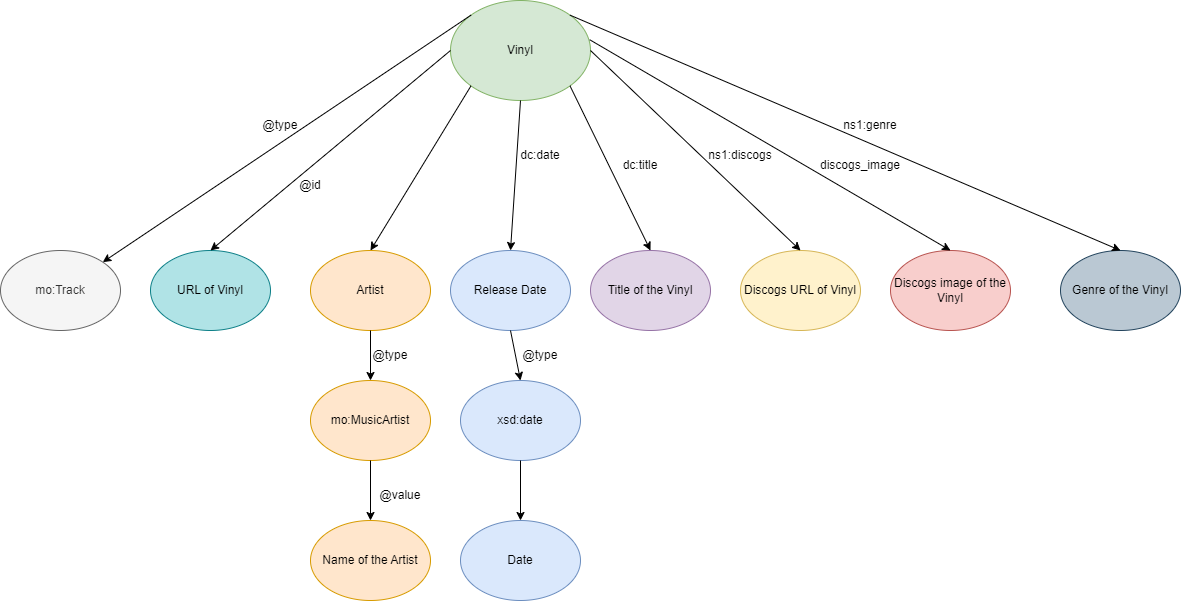
The draw.io diagram finalDocs/architecture/C3/vinyl.png in StratianuBianca/VIRE-WADe, before a commit. Source tidied: cells renumbered, new cells last; positions are measured from the earlier drawing's top-left corner, leaving out a move shared by most shapes. Source of this version:
```xml
<mxGraphModel>
  <root>
    <mxCell id="0" />
    <mxCell id="1" parent="0" />
    <mxCell id="2" value="Vinyl" style="ellipse;whiteSpace=wrap;html=1;fillColor=#d5e8d4;strokeColor=#82b366;" parent="1" vertex="1">
      <mxGeometry x="450" width="140" height="100" as="geometry" />
    </mxCell>
    <mxCell id="3" value="mo:Track" style="ellipse;whiteSpace=wrap;html=1;fillColor=#f5f5f5;fontColor=#333333;strokeColor=#666666;" parent="1" vertex="1">
      <mxGeometry y="250" width="120" height="80" as="geometry" />
    </mxCell>
    <mxCell id="4" value="URL of Vinyl" style="ellipse;whiteSpace=wrap;html=1;fillColor=#b0e3e6;strokeColor=#0e8088;" parent="1" vertex="1">
      <mxGeometry x="150" y="250" width="120" height="80" as="geometry" />
    </mxCell>
    <mxCell id="5" value="Artist" style="ellipse;whiteSpace=wrap;html=1;fillColor=#ffe6cc;strokeColor=#d79b00;" parent="1" vertex="1">
      <mxGeometry x="310" y="250" width="120" height="80" as="geometry" />
    </mxCell>
    <mxCell id="6" value="Release Date" style="ellipse;whiteSpace=wrap;html=1;fillColor=#dae8fc;strokeColor=#6c8ebf;" parent="1" vertex="1">
      <mxGeometry x="450" y="250" width="120" height="80" as="geometry" />
    </mxCell>
    <mxCell id="7" value="Title of the Vinyl" style="ellipse;whiteSpace=wrap;html=1;fillColor=#e1d5e7;strokeColor=#9673a6;" parent="1" vertex="1">
      <mxGeometry x="590" y="250" width="120" height="80" as="geometry" />
    </mxCell>
    <mxCell id="8" value="Discogs URL of Vinyl" style="ellipse;whiteSpace=wrap;html=1;fillColor=#fff2cc;strokeColor=#d6b656;" parent="1" vertex="1">
      <mxGeometry x="740" y="250" width="120" height="80" as="geometry" />
    </mxCell>
    <mxCell id="9" style="endArrow=classic;html=1;rounded=0;exitX=0.5;exitY=1;exitDx=0;exitDy=0;entryX=0.5;entryY=0;entryDx=0;entryDy=0;" parent="1" edge="1" source="2" target="6">
      <mxGeometry relative="1" as="geometry" />
    </mxCell>
    <mxCell id="10" style="endArrow=classic;html=1;rounded=0;exitX=1;exitY=1;exitDx=0;exitDy=0;entryX=0.5;entryY=0;entryDx=0;entryDy=0;" parent="1" edge="1" source="2" target="7">
      <mxGeometry relative="1" as="geometry" />
    </mxCell>
    <mxCell id="11" style="endArrow=classic;html=1;rounded=0;exitX=1;exitY=0.5;exitDx=0;exitDy=0;entryX=0.5;entryY=0;entryDx=0;entryDy=0;" parent="1" edge="1" source="2" target="8">
      <mxGeometry relative="1" as="geometry" />
    </mxCell>
    <mxCell id="12" style="endArrow=classic;html=1;rounded=0;exitX=0;exitY=1;exitDx=0;exitDy=0;entryX=0.5;entryY=0;entryDx=0;entryDy=0;" parent="1" edge="1" source="2" target="5">
      <mxGeometry relative="1" as="geometry" />
    </mxCell>
    <mxCell id="13" style="endArrow=classic;html=1;rounded=0;exitX=0;exitY=0.5;exitDx=0;exitDy=0;entryX=0.5;entryY=0;entryDx=0;entryDy=0;" parent="1" edge="1" source="2" target="4">
      <mxGeometry relative="1" as="geometry" />
    </mxCell>
    <mxCell id="14" style="endArrow=classic;html=1;rounded=0;exitX=0;exitY=0;exitDx=0;exitDy=0;" parent="1" edge="1" source="2" target="3">
      <mxGeometry relative="1" as="geometry" />
    </mxCell>
    <mxCell id="15" value="@type" style="text;html=1;strokeColor=none;fillColor=none;align=center;verticalAlign=middle;whiteSpace=wrap;rounded=0;" parent="1" vertex="1">
      <mxGeometry x="250" y="110" width="60" height="30" as="geometry" />
    </mxCell>
    <mxCell id="16" value="@id" style="text;html=1;strokeColor=none;fillColor=none;align=center;verticalAlign=middle;whiteSpace=wrap;rounded=0;" parent="1" vertex="1">
      <mxGeometry x="280" y="170" width="60" height="30" as="geometry" />
    </mxCell>
    <mxCell id="17" value="dc:date" style="text;html=1;strokeColor=none;fillColor=none;align=center;verticalAlign=middle;whiteSpace=wrap;rounded=0;" parent="1" vertex="1">
      <mxGeometry x="510" y="140" width="60" height="30" as="geometry" />
    </mxCell>
    <mxCell id="18" value="dc:title" style="text;html=1;strokeColor=none;fillColor=none;align=center;verticalAlign=middle;whiteSpace=wrap;rounded=0;" parent="1" vertex="1">
      <mxGeometry x="610" y="150" width="60" height="30" as="geometry" />
    </mxCell>
    <mxCell id="19" value="Genre of the Vinyl" style="ellipse;whiteSpace=wrap;html=1;fillColor=#bac8d3;strokeColor=#23445d;" parent="1" vertex="1">
      <mxGeometry x="1060" y="250" width="120" height="80" as="geometry" />
    </mxCell>
    <mxCell id="20" style="endArrow=classic;html=1;rounded=0;exitX=1;exitY=0;exitDx=0;exitDy=0;entryX=0.5;entryY=0;entryDx=0;entryDy=0;" parent="1" edge="1" source="2" target="19">
      <mxGeometry relative="1" as="geometry" />
    </mxCell>
    <mxCell id="21" value="ns1:genre" style="text;html=1;strokeColor=none;fillColor=none;align=center;verticalAlign=middle;whiteSpace=wrap;rounded=0;" parent="1" vertex="1">
      <mxGeometry x="840" y="110" width="60" height="30" as="geometry" />
    </mxCell>
    <mxCell id="22" value="mo:MusicArtist" style="ellipse;whiteSpace=wrap;html=1;fillColor=#ffe6cc;strokeColor=#d79b00;" parent="1" vertex="1">
      <mxGeometry x="310" y="380" width="120" height="80" as="geometry" />
    </mxCell>
    <mxCell id="23" value="Name of the Artist" style="ellipse;whiteSpace=wrap;html=1;fillColor=#ffe6cc;strokeColor=#d79b00;" parent="1" vertex="1">
      <mxGeometry x="310" y="520" width="120" height="80" as="geometry" />
    </mxCell>
    <mxCell id="24" style="endArrow=classic;html=1;rounded=0;exitX=0.5;exitY=1;exitDx=0;exitDy=0;entryX=0.5;entryY=0;entryDx=0;entryDy=0;" parent="1" edge="1" source="5" target="22">
      <mxGeometry relative="1" as="geometry" />
    </mxCell>
    <mxCell id="25" value="@type" style="text;html=1;strokeColor=none;fillColor=none;align=center;verticalAlign=middle;whiteSpace=wrap;rounded=0;" parent="1" vertex="1">
      <mxGeometry x="360" y="340" width="60" height="30" as="geometry" />
    </mxCell>
    <mxCell id="26" style="endArrow=classic;html=1;rounded=0;exitX=0.5;exitY=1;exitDx=0;exitDy=0;" parent="1" edge="1" source="22" target="23">
      <mxGeometry relative="1" as="geometry" />
    </mxCell>
    <mxCell id="27" value="@value" style="text;html=1;strokeColor=none;fillColor=none;align=center;verticalAlign=middle;whiteSpace=wrap;rounded=0;" parent="1" vertex="1">
      <mxGeometry x="370" y="480" width="60" height="30" as="geometry" />
    </mxCell>
    <mxCell id="28" value="xsd:date" style="ellipse;whiteSpace=wrap;html=1;fillColor=#dae8fc;strokeColor=#6c8ebf;" parent="1" vertex="1">
      <mxGeometry x="460" y="380" width="120" height="80" as="geometry" />
    </mxCell>
    <mxCell id="29" value="Date" style="ellipse;whiteSpace=wrap;html=1;fillColor=#dae8fc;strokeColor=#6c8ebf;" parent="1" vertex="1">
      <mxGeometry x="460" y="520" width="120" height="80" as="geometry" />
    </mxCell>
    <mxCell id="30" style="endArrow=classic;html=1;rounded=0;entryX=0.5;entryY=0;entryDx=0;entryDy=0;exitX=0.5;exitY=1;exitDx=0;exitDy=0;" parent="1" edge="1" source="6" target="28">
      <mxGeometry relative="1" as="geometry" />
    </mxCell>
    <mxCell id="31" value="@type" style="text;html=1;strokeColor=none;fillColor=none;align=center;verticalAlign=middle;whiteSpace=wrap;rounded=0;" parent="1" vertex="1">
      <mxGeometry x="510" y="340" width="60" height="30" as="geometry" />
    </mxCell>
    <mxCell id="32" style="endArrow=classic;html=1;rounded=0;exitX=0.5;exitY=1;exitDx=0;exitDy=0;" parent="1" edge="1" source="28" target="29">
      <mxGeometry relative="1" as="geometry" />
    </mxCell>
    <mxCell id="33" value="ns1:discogs" style="text;html=1;strokeColor=none;fillColor=none;align=center;verticalAlign=middle;whiteSpace=wrap;rounded=0;" parent="1" vertex="1">
      <mxGeometry x="710" y="140" width="60" height="30" as="geometry" />
    </mxCell>
    <mxCell id="34" value="Discogs image of the Vinyl" style="ellipse;whiteSpace=wrap;html=1;fillColor=#f8cecc;strokeColor=#b85450;" parent="1" vertex="1">
      <mxGeometry x="890" y="250" width="120" height="80" as="geometry" />
    </mxCell>
    <mxCell id="35" style="endArrow=classic;html=1;rounded=0;exitX=0.994;exitY=0.392;exitDx=0;exitDy=0;exitPerimeter=0;entryX=0.5;entryY=0;entryDx=0;entryDy=0;" parent="1" edge="1" source="2" target="34">
      <mxGeometry relative="1" as="geometry" />
    </mxCell>
    <mxCell id="36" value="discogs_image" style="text;html=1;strokeColor=none;fillColor=none;align=center;verticalAlign=middle;whiteSpace=wrap;rounded=0;" parent="1" vertex="1">
      <mxGeometry x="830" y="150" width="60" height="30" as="geometry" />
    </mxCell>
  </root>
</mxGraphModel>
```
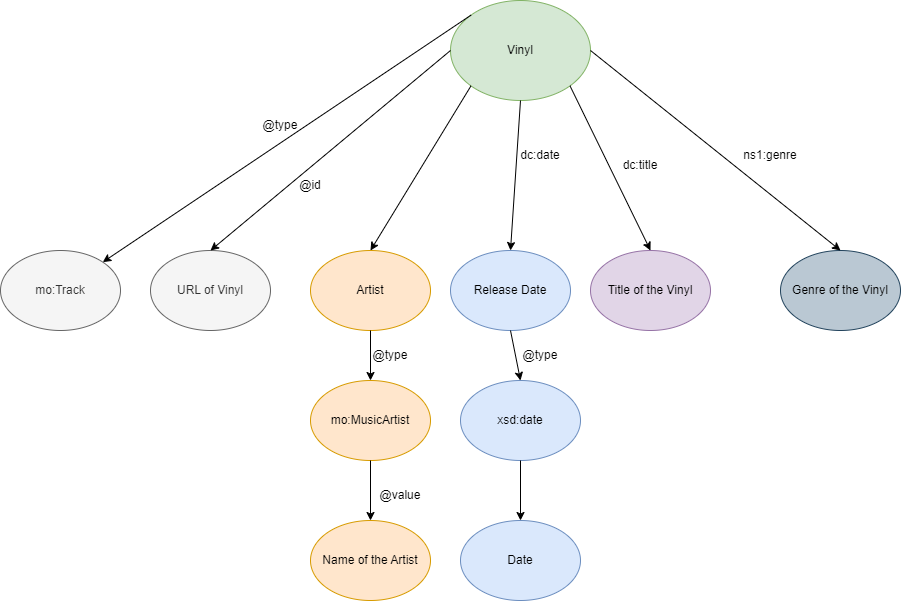
Later version of the same file.

Diff of the diagram source:
```diff
@@ -8,7 +8,7 @@
     <mxCell id="3" value="mo:Track" style="ellipse;whiteSpace=wrap;html=1;fillColor=#f5f5f5;fontColor=#333333;strokeColor=#666666;" parent="1" vertex="1">
       <mxGeometry y="250" width="120" height="80" as="geometry" />
     </mxCell>
-    <mxCell id="4" value="URL of Vinyl" style="ellipse;whiteSpace=wrap;html=1;fillColor=#b0e3e6;strokeColor=#0e8088;" parent="1" vertex="1">
+    <mxCell id="4" value="URL of Vinyl" style="ellipse;whiteSpace=wrap;html=1;fillColor=#f5f5f5;strokeColor=#666666;fontColor=#333333;" parent="1" vertex="1">
       <mxGeometry x="150" y="250" width="120" height="80" as="geometry" />
     </mxCell>
     <mxCell id="5" value="Artist" style="ellipse;whiteSpace=wrap;html=1;fillColor=#ffe6cc;strokeColor=#d79b00;" parent="1" vertex="1">
@@ -20,18 +20,12 @@
     <mxCell id="7" value="Title of the Vinyl" style="ellipse;whiteSpace=wrap;html=1;fillColor=#e1d5e7;strokeColor=#9673a6;" parent="1" vertex="1">
       <mxGeometry x="590" y="250" width="120" height="80" as="geometry" />
     </mxCell>
-    <mxCell id="8" value="Discogs URL of Vinyl" style="ellipse;whiteSpace=wrap;html=1;fillColor=#fff2cc;strokeColor=#d6b656;" parent="1" vertex="1">
-      <mxGeometry x="740" y="250" width="120" height="80" as="geometry" />
-    </mxCell>
     <mxCell id="9" style="endArrow=classic;html=1;rounded=0;exitX=0.5;exitY=1;exitDx=0;exitDy=0;entryX=0.5;entryY=0;entryDx=0;entryDy=0;" parent="1" edge="1" source="2" target="6">
       <mxGeometry relative="1" as="geometry" />
     </mxCell>
     <mxCell id="10" style="endArrow=classic;html=1;rounded=0;exitX=1;exitY=1;exitDx=0;exitDy=0;entryX=0.5;entryY=0;entryDx=0;entryDy=0;" parent="1" edge="1" source="2" target="7">
       <mxGeometry relative="1" as="geometry" />
     </mxCell>
-    <mxCell id="11" style="endArrow=classic;html=1;rounded=0;exitX=1;exitY=0.5;exitDx=0;exitDy=0;entryX=0.5;entryY=0;entryDx=0;entryDy=0;" parent="1" edge="1" source="2" target="8">
-      <mxGeometry relative="1" as="geometry" />
-    </mxCell>
     <mxCell id="12" style="endArrow=classic;html=1;rounded=0;exitX=0;exitY=1;exitDx=0;exitDy=0;entryX=0.5;entryY=0;entryDx=0;entryDy=0;" parent="1" edge="1" source="2" target="5">
       <mxGeometry relative="1" as="geometry" />
     </mxCell>
@@ -54,13 +48,13 @@
       <mxGeometry x="610" y="150" width="60" height="30" as="geometry" />
     </mxCell>
     <mxCell id="19" value="Genre of the Vinyl" style="ellipse;whiteSpace=wrap;html=1;fillColor=#bac8d3;strokeColor=#23445d;" parent="1" vertex="1">
-      <mxGeometry x="1060" y="250" width="120" height="80" as="geometry" />
+      <mxGeometry x="780" y="250" width="120" height="80" as="geometry" />
     </mxCell>
-    <mxCell id="20" style="endArrow=classic;html=1;rounded=0;exitX=1;exitY=0;exitDx=0;exitDy=0;entryX=0.5;entryY=0;entryDx=0;entryDy=0;" parent="1" edge="1" source="2" target="19">
+    <mxCell id="20" style="endArrow=classic;html=1;rounded=0;exitX=1;exitY=0.5;exitDx=0;exitDy=0;entryX=0.5;entryY=0;entryDx=0;entryDy=0;" parent="1" edge="1" source="2" target="19">
       <mxGeometry relative="1" as="geometry" />
     </mxCell>
     <mxCell id="21" value="ns1:genre" style="text;html=1;strokeColor=none;fillColor=none;align=center;verticalAlign=middle;whiteSpace=wrap;rounded=0;" parent="1" vertex="1">
-      <mxGeometry x="840" y="110" width="60" height="30" as="geometry" />
+      <mxGeometry x="740" y="140" width="60" height="30" as="geometry" />
     </mxCell>
     <mxCell id="22" value="mo:MusicArtist" style="ellipse;whiteSpace=wrap;html=1;fillColor=#ffe6cc;strokeColor=#d79b00;" parent="1" vertex="1">
       <mxGeometry x="310" y="380" width="120" height="80" as="geometry" />
@@ -95,17 +89,5 @@
     <mxCell id="32" style="endArrow=classic;html=1;rounded=0;exitX=0.5;exitY=1;exitDx=0;exitDy=0;" parent="1" edge="1" source="28" target="29">
       <mxGeometry relative="1" as="geometry" />
     </mxCell>
-    <mxCell id="33" value="ns1:discogs" style="text;html=1;strokeColor=none;fillColor=none;align=center;verticalAlign=middle;whiteSpace=wrap;rounded=0;" parent="1" vertex="1">
-      <mxGeometry x="710" y="140" width="60" height="30" as="geometry" />
-    </mxCell>
-    <mxCell id="34" value="Discogs image of the Vinyl" style="ellipse;whiteSpace=wrap;html=1;fillColor=#f8cecc;strokeColor=#b85450;" parent="1" vertex="1">
-      <mxGeometry x="890" y="250" width="120" height="80" as="geometry" />
-    </mxCell>
-    <mxCell id="35" style="endArrow=classic;html=1;rounded=0;exitX=0.994;exitY=0.392;exitDx=0;exitDy=0;exitPerimeter=0;entryX=0.5;entryY=0;entryDx=0;entryDy=0;" parent="1" edge="1" source="2" target="34">
-      <mxGeometry relative="1" as="geometry" />
-    </mxCell>
-    <mxCell id="36" value="discogs_image" style="text;html=1;strokeColor=none;fillColor=none;align=center;verticalAlign=middle;whiteSpace=wrap;rounded=0;" parent="1" vertex="1">
-      <mxGeometry x="830" y="150" width="60" height="30" as="geometry" />
-    </mxCell>
   </root>
 </mxGraphModel>
```
